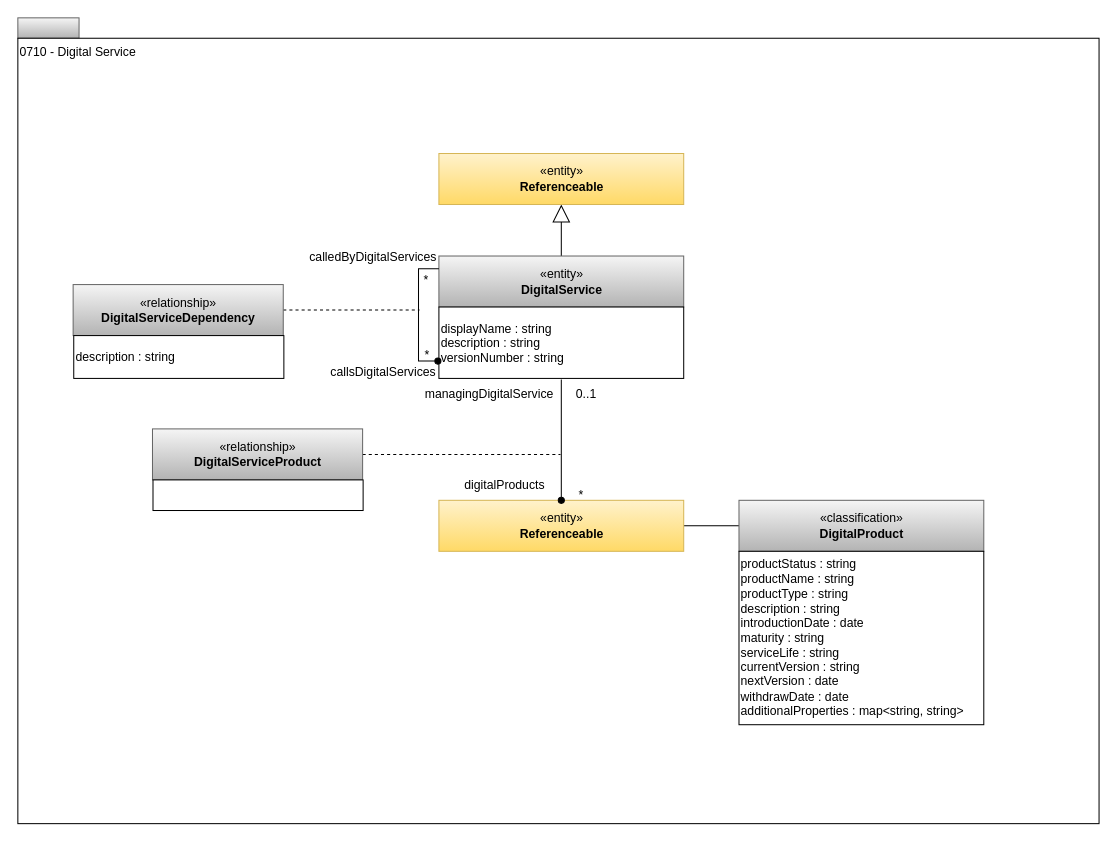
Earlier version of the draw.io diagram page "0710-Digital-Service" (2 of 17) of site/docs/types/7/area-7-lineage.drawio (odpi/egeria-docs). Source tidied: cells renumbered, new cells numbered last; positions are measured from the earlier drawing's top-left corner, leaving out a move shared by most shapes. Both pictures are drawn from the tidied source at 102%, with x=0, y=0 at pixel (17, 17).
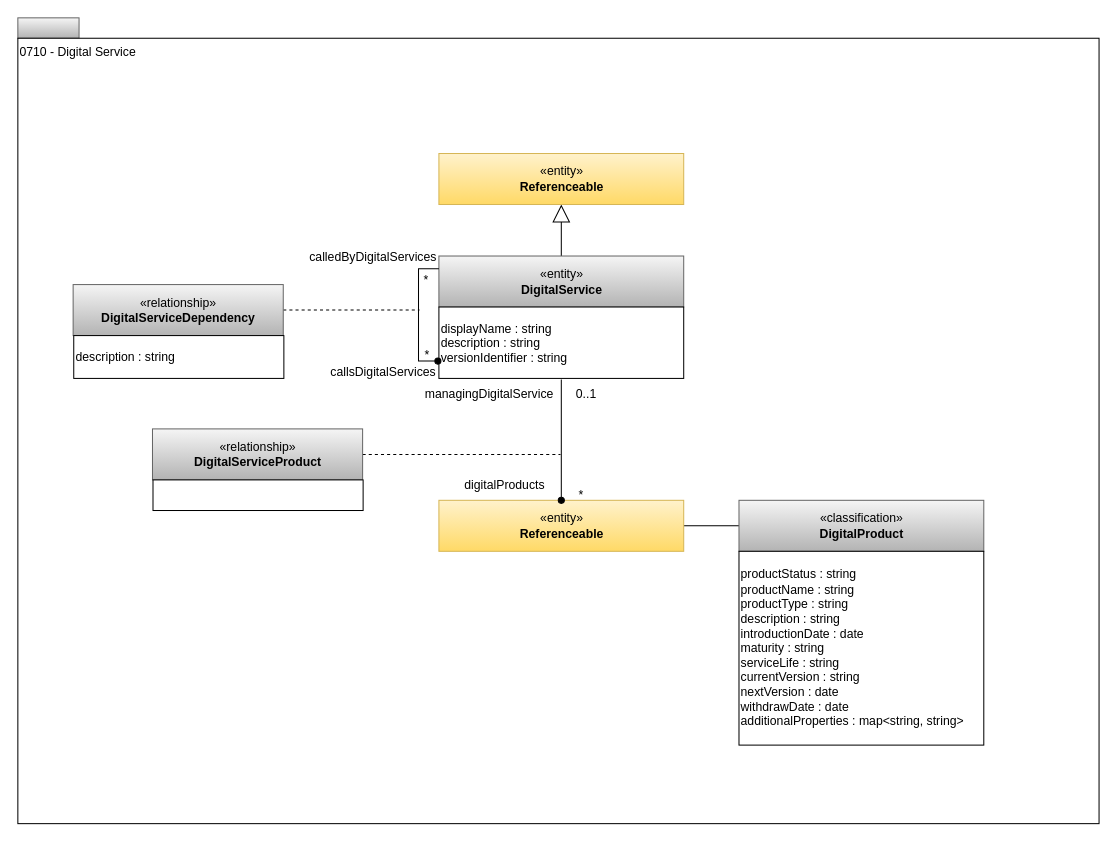
The same page after the edit.

What changed in the source:
```diff
@@
-    <mxCell id="12" value="displayName : string&lt;br&gt;description : string&lt;br&gt;versionNumber : string&lt;br&gt;&lt;div style=&quot;text-align: left&quot;&gt;&lt;/div&gt;" style="rounded=0;whiteSpace=wrap;html=1;strokeColor=#000000;gradientColor=#ffffff;align=left;perimeterSpacing=1;" parent="1" vertex="1">
+    <mxCell id="12" value="displayName : string&lt;br&gt;description : string&lt;br&gt;versionIdentifier : string&lt;br&gt;&lt;div style=&quot;text-align: left&quot;&gt;&lt;/div&gt;" style="rounded=0;whiteSpace=wrap;html=1;strokeColor=#000000;gradientColor=#ffffff;align=left;perimeterSpacing=1;" parent="1" vertex="1">
       <mxGeometry x="412.8" y="283.5" width="240" height="70" as="geometry" />
     </mxCell>
@@
     <mxCell id="19" value="productStatus : string&lt;div&gt;productName : string&lt;br&gt;productType : string&lt;br&gt;description : string&lt;br&gt;introductionDate : date&lt;br&gt;maturity : string&lt;br&gt;serviceLife : string&lt;br&gt;currentVersion : string&lt;br&gt;nextVersion : date&lt;br&gt;withdrawDate : date&lt;br&gt;additionalProperties : map&amp;lt;string, string&amp;gt;&lt;br&gt;&lt;div style=&quot;text-align: left&quot;&gt;&lt;/div&gt;&lt;/div&gt;" style="rounded=0;whiteSpace=wrap;html=1;strokeColor=#000000;gradientColor=#ffffff;align=left;perimeterSpacing=1;" parent="1" vertex="1">
-      <mxGeometry x="707" y="523" width="240" height="170" as="geometry" />
+      <mxGeometry x="707" y="523" width="240" height="190" as="geometry" />
     </mxCell>
```
